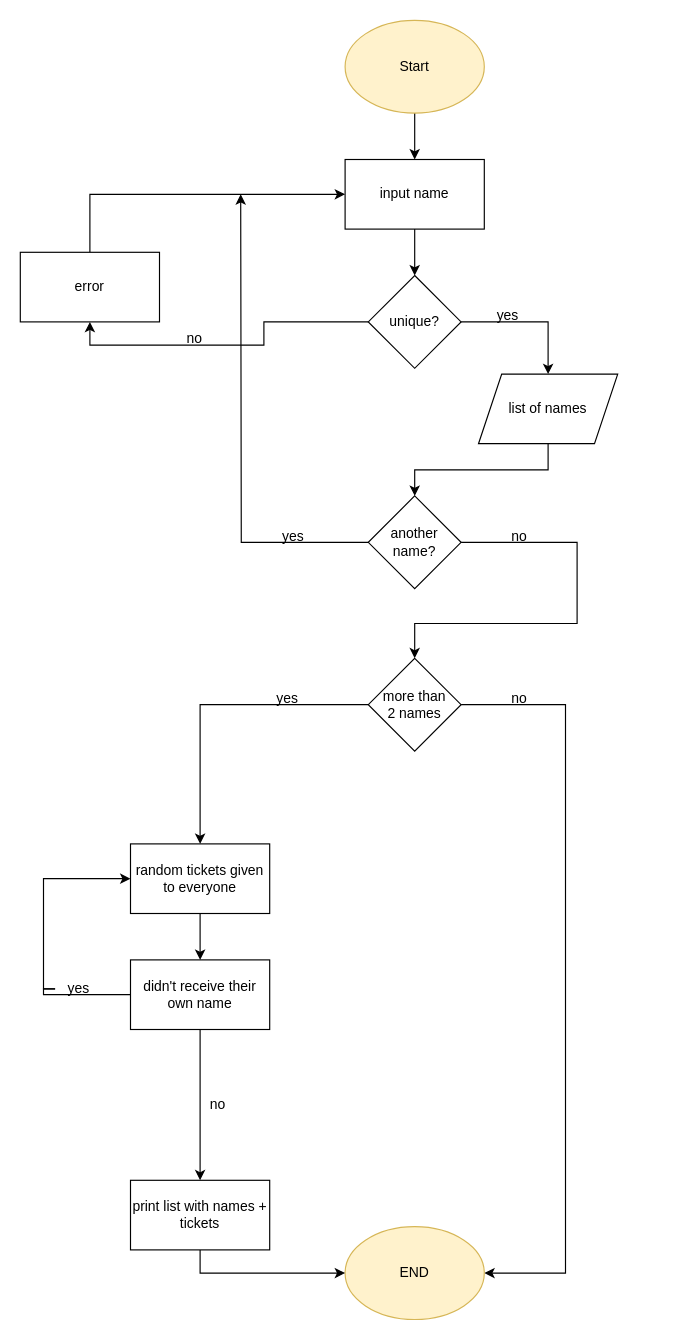
Earlier version of the draw.io diagram 04_lijstjes_en_samenstellingen/lootjes/lootjes.drawio (Bartkuip/leren_programmeren). Source tidied: cells renumbered, new cells numbered last; positions are measured from the earlier drawing's top-left corner, leaving out a move shared by most shapes. Both pictures are drawn from the tidied source at 116%, with x=0, y=0 at pixel (20, 20).
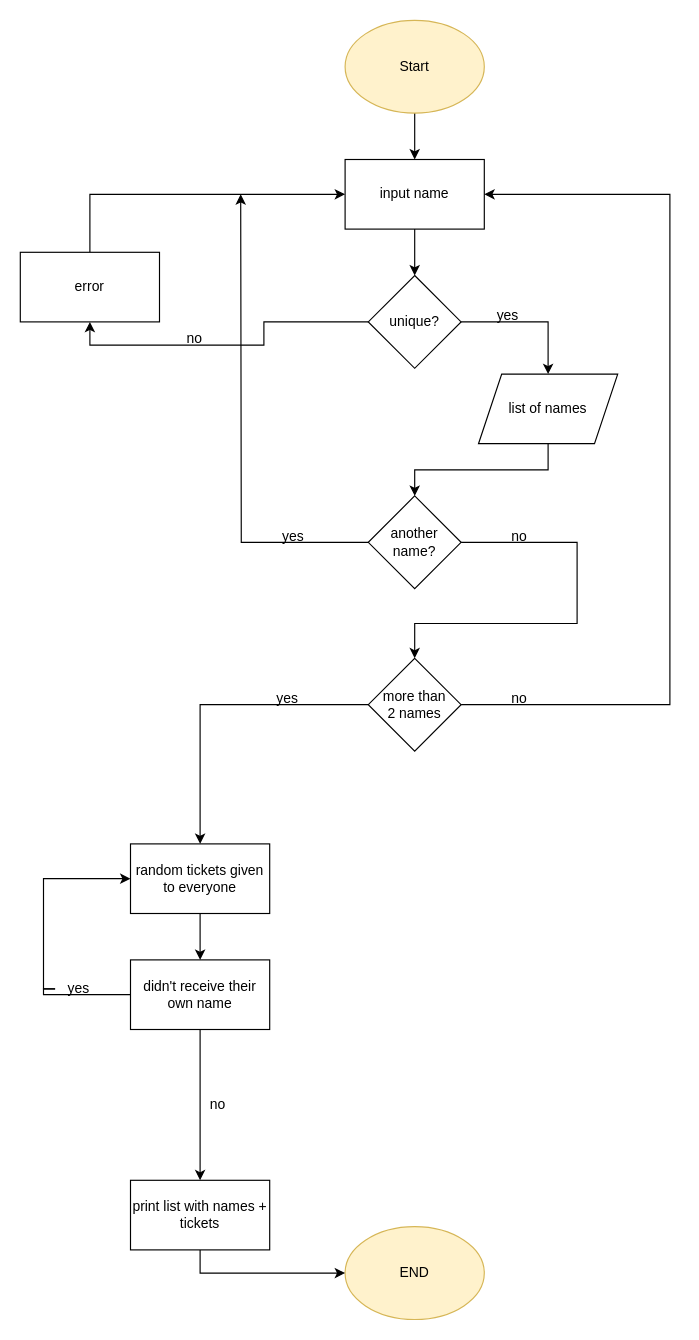
The same diagram, later.

Commit message (it also covers changes not shown here):
lootjes finished

Unchanged cells that the change refers to:
```xml
<mxCell id="5" value="input name" style="rounded=0;whiteSpace=wrap;html=1;" parent="1" vertex="1">
  <mxGeometry x="280" y="120" width="120" height="60" as="geometry" />
</mxCell>
<mxCell id="18" value="more than &lt;br&gt;2 names" style="rhombus;whiteSpace=wrap;html=1;" parent="1" vertex="1">
  <mxGeometry x="300" y="550" width="80" height="80" as="geometry" />
</mxCell>
<mxCell id="19" value="END" style="ellipse;whiteSpace=wrap;html=1;fillColor=#fff2cc;strokeColor=#d6b656;" parent="1" vertex="1">
  <mxGeometry x="280" y="1040" width="120" height="80" as="geometry" />
</mxCell>
```

The edit, as a diff of the source:
```diff
@@
-    <mxCell id="17" style="edgeStyle=orthogonalEdgeStyle;rounded=0;jettySize=auto;html=1;exitX=1;exitY=0.5;exitDx=0;exitDy=0;entryX=1;entryY=0.5;entryDx=0;entryDy=0;" parent="1" edge="1" source="18" target="19">
-      <mxGeometry relative="1" as="geometry">
-        <Array as="points">
-          <mxPoint x="470" y="590" />
-          <mxPoint x="470" y="1080" />
-        </Array>
-      </mxGeometry>
-    </mxCell>
+    <mxCell id="36" style="edgeStyle=orthogonalEdgeStyle;rounded=0;jettySize=auto;html=1;exitX=1;exitY=0.5;exitDx=0;exitDy=0;entryX=1;entryY=0.5;entryDx=0;entryDy=0;" parent="1" edge="1" source="18" target="5">
+      <mxGeometry relative="1" as="geometry">
+        <Array as="points">
+          <mxPoint x="560" y="590" />
+          <mxPoint x="560" y="150" />
+        </Array>
+      </mxGeometry>
+    </mxCell>
```
